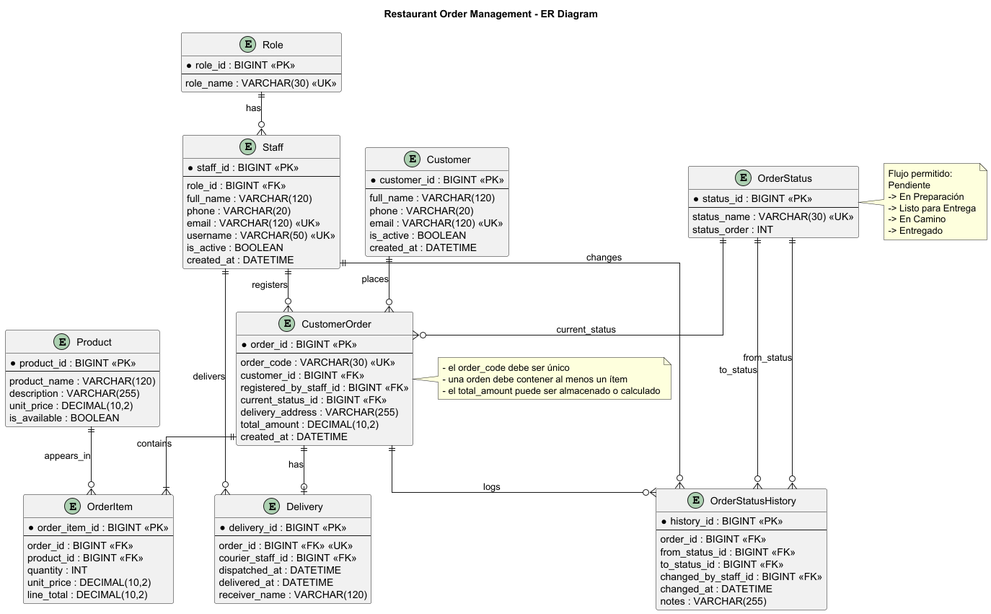
Before: assets/ER Diagram.png, a diagram exported from PlantUML (michael-lxndr/AP-first-bimester-project).
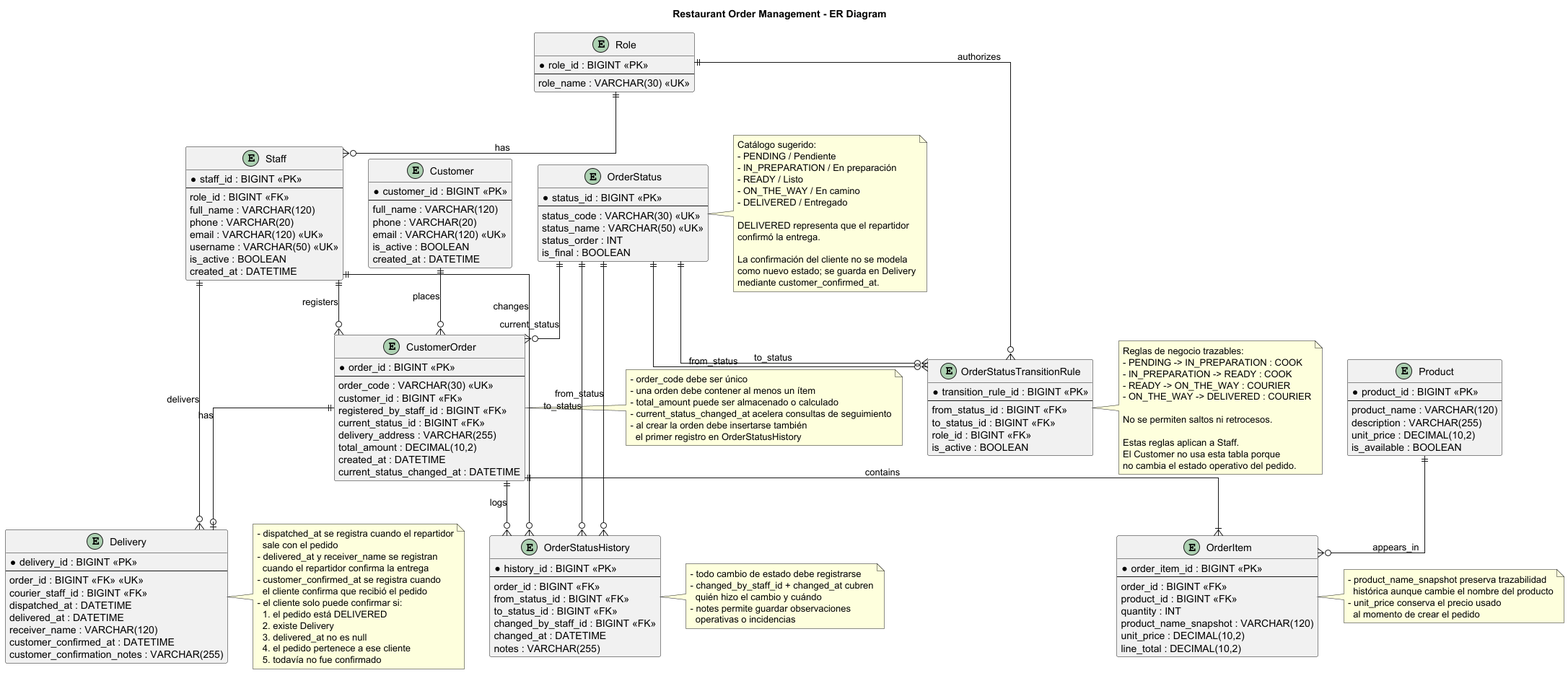
The same file after the commit.

Commit message:
Update ER diagram for restaurant order management system

Change to the diagram source:
```diff
@@ -1,4 +1,4 @@
-@startuml
+@startuml ER Diagram
 title Restaurant Order Management - ER Diagram
 
 hide methods
@@ -45,8 +45,19 @@
 entity "OrderStatus" as OrderStatus {
   *status_id : BIGINT <<PK>>
   --
-  status_name : VARCHAR(30) <<UK>>
+  status_code : VARCHAR(30) <<UK>>
+  status_name : VARCHAR(50) <<UK>>
   status_order : INT
+  is_final : BOOLEAN
+}
+
+entity "OrderStatusTransitionRule" as OrderStatusTransitionRule {
+  *transition_rule_id : BIGINT <<PK>>
+  --
+  from_status_id : BIGINT <<FK>>
+  to_status_id : BIGINT <<FK>>
+  role_id : BIGINT <<FK>>
+  is_active : BOOLEAN
 }
 
 entity "CustomerOrder" as CustomerOrder {
@@ -59,6 +70,7 @@
   delivery_address : VARCHAR(255)
   total_amount : DECIMAL(10,2)
   created_at : DATETIME
+  current_status_changed_at : DATETIME
 }
 
 entity "OrderItem" as OrderItem {
@@ -67,6 +79,7 @@
   order_id : BIGINT <<FK>>
   product_id : BIGINT <<FK>>
   quantity : INT
+  product_name_snapshot : VARCHAR(120)
   unit_price : DECIMAL(10,2)
   line_total : DECIMAL(10,2)
 }
@@ -90,34 +103,98 @@
   dispatched_at : DATETIME
   delivered_at : DATETIME
   receiver_name : VARCHAR(120)
+  customer_confirmed_at : DATETIME
+  customer_confirmation_notes : VARCHAR(255)
 }
 
 Role ||--o{ Staff : has
+Role ||--o{ OrderStatusTransitionRule : authorizes
+
 Customer ||--o{ CustomerOrder : places
+
 Staff ||--o{ CustomerOrder : registers
+Staff ||--o{ OrderStatusHistory : changes
+Staff ||--o{ Delivery : delivers
+
 OrderStatus ||--o{ CustomerOrder : current_status
-CustomerOrder ||--|{ OrderItem : contains
-Product ||--o{ OrderItem : appears_in
-CustomerOrder ||--o{ OrderStatusHistory : logs
+OrderStatus ||--o{ OrderStatusTransitionRule : from_status
+OrderStatus ||--o{ OrderStatusTransitionRule : to_status
 OrderStatus ||--o{ OrderStatusHistory : from_status
 OrderStatus ||--o{ OrderStatusHistory : to_status
-Staff ||--o{ OrderStatusHistory : changes
+
+CustomerOrder ||--|{ OrderItem : contains
+CustomerOrder ||--o{ OrderStatusHistory : logs
 CustomerOrder ||--o| Delivery : has
-Staff ||--o{ Delivery : delivers
+
+Product ||--o{ OrderItem : appears_in
 
 note right of CustomerOrder
-- el order_code debe ser único
+- order_code debe ser único
 - una orden debe contener al menos un ítem
-- el total_amount puede ser almacenado o calculado
+- total_amount puede ser almacenado o calculado
+- current_status_changed_at acelera consultas de seguimiento
+- al crear la orden debe insertarse también
+  el primer registro en OrderStatusHistory
 end note
 
 note right of OrderStatus
-Flujo permitido:
-Pendiente
--> En Preparación
--> Listo para Entrega
--> En Camino
--> Entregado
+Catálogo sugerido:
+- PENDING / Pendiente
+- IN_PREPARATION / En preparación
+- READY / Listo
+- ON_THE_WAY / En camino
+- DELIVERED / Entregado
+
+DELIVERED representa que el repartidor
+confirmó la entrega.
+
+La confirmación del cliente no se modela
+como nuevo estado; se guarda en Delivery
+mediante customer_confirmed_at.
+end note
+
+note right of OrderStatusTransitionRule
+Reglas de negocio trazables:
+- PENDING -> IN_PREPARATION : COOK
+- IN_PREPARATION -> READY : COOK
+- READY -> ON_THE_WAY : COURIER
+- ON_THE_WAY -> DELIVERED : COURIER
+
+No se permiten saltos ni retrocesos.
+
+Estas reglas aplican a Staff.
+El Customer no usa esta tabla porque
+no cambia el estado operativo del pedido.
+end note
+
+note right of OrderStatusHistory
+- todo cambio de estado debe registrarse
+- changed_by_staff_id + changed_at cubren
+  quién hizo el cambio y cuándo
+- notes permite guardar observaciones
+  operativas o incidencias
+end note
+
+note right of OrderItem
+- product_name_snapshot preserva trazabilidad
+  histórica aunque cambie el nombre del producto
+- unit_price conserva el precio usado
+  al momento de crear el pedido
+end note
+
+note right of Delivery
+- dispatched_at se registra cuando el repartidor
+  sale con el pedido
+- delivered_at y receiver_name se registran
+  cuando el repartidor confirma la entrega
+- customer_confirmed_at se registra cuando
+  el cliente confirma que recibió el pedido
+- el cliente solo puede confirmar si:
+  1. el pedido está DELIVERED
+  2. existe Delivery
+  3. delivered_at no es null
+  4. el pedido pertenece a ese cliente
+  5. todavía no fue confirmado
 end note
 
 @enduml
```
